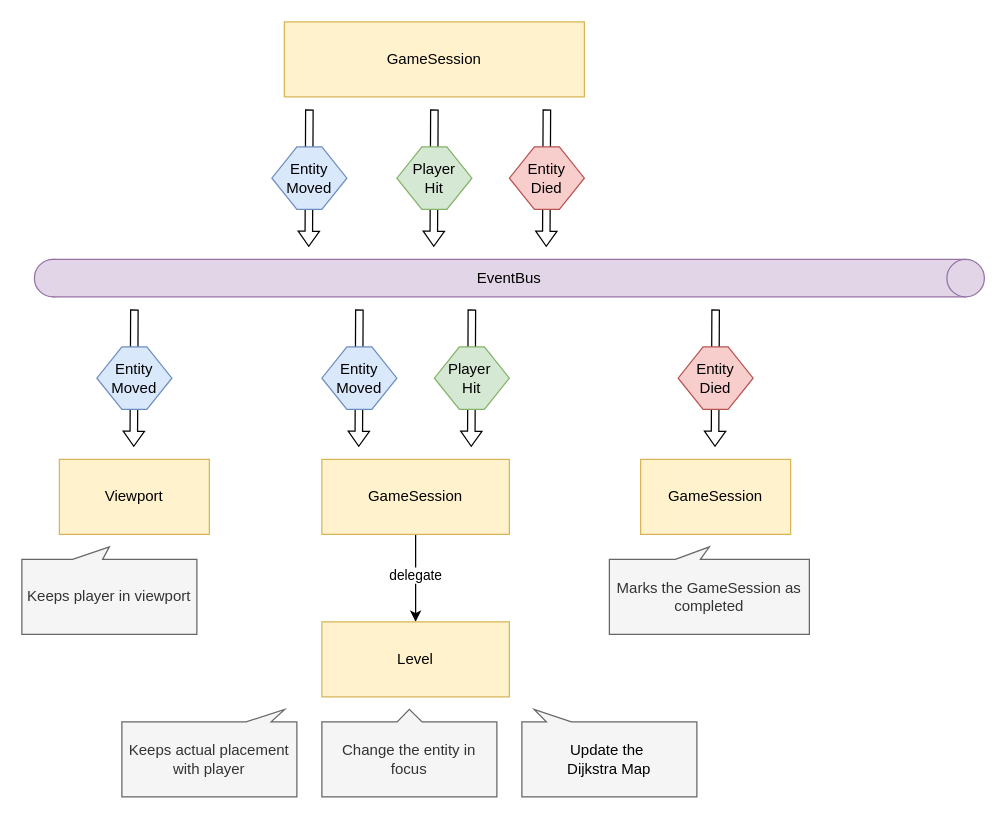
Before: page "Events" (4 of 9) of docs/schemas.drawio in vladimir-popov/forgotten_catacombs, a draw.io diagram. Source tidied: cells renumbered, new cells numbered last; positions are measured from the earlier drawing's top-left corner, leaving out a move shared by most shapes. Both pictures are drawn from the tidied source at 125%, with x=0, y=0 at pixel (21, 21).
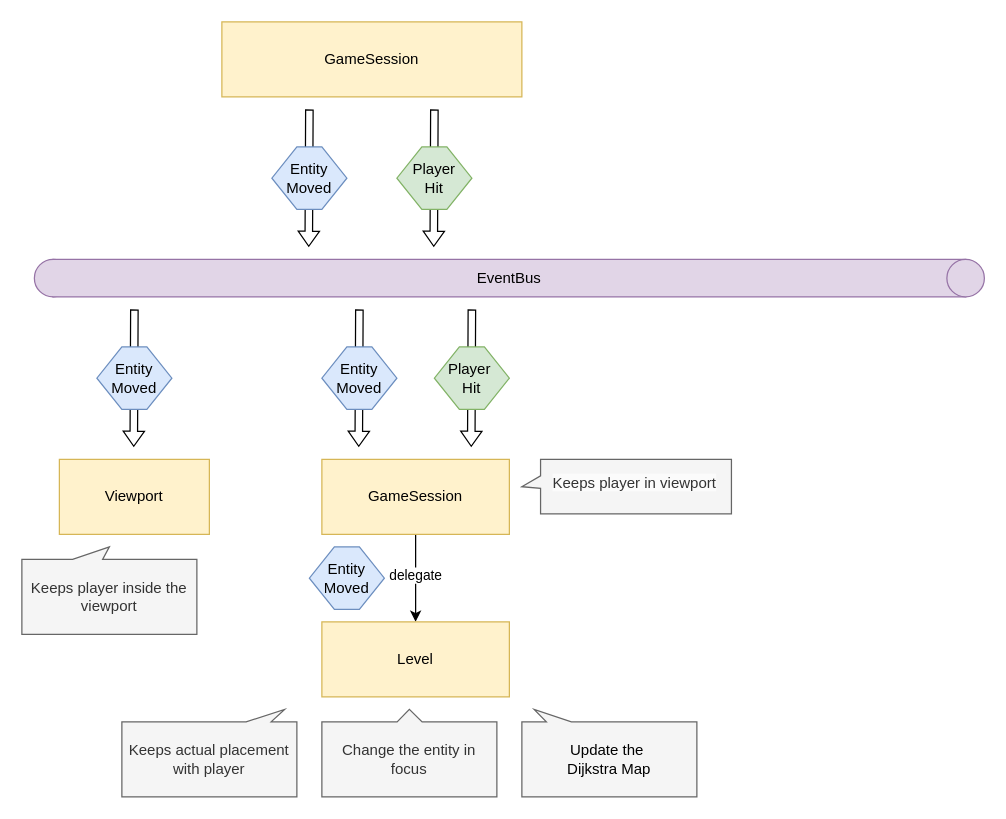
The same diagram, later.

Change to the diagram source:
```diff
@@
     <mxCell id="6" value="GameSession" style="rounded=0;whiteSpace=wrap;html=1;fillColor=#fff2cc;strokeColor=#d6b656;" parent="1" vertex="1">
-      <mxGeometry x="210" width="240" height="60" as="geometry" />
+      <mxGeometry x="160" width="240" height="60" as="geometry" />
     </mxCell>
@@
-    <mxCell id="8" value="GameSession" style="rounded=0;whiteSpace=wrap;html=1;fillColor=#fff2cc;strokeColor=#d6b656;" parent="1" vertex="1">
-      <mxGeometry x="495" y="350" width="120" height="60" as="geometry" />
-    </mxCell>
-    <mxCell id="9" style="shape=flexArrow;endArrow=classic;html=1;rounded=0;endWidth=10;endSize=3.665;width=6;" parent="1" edge="1">
-      <mxGeometry relative="1" as="geometry">
-        <mxPoint x="555" y="230" as="sourcePoint" />
-        <mxPoint x="554.5" y="340" as="targetPoint" />
-      </mxGeometry>
-    </mxCell>
-    <mxCell id="10" value="Entity Died" style="shape=hexagon;perimeter=hexagonPerimeter2;whiteSpace=wrap;html=1;fixedSize=1;fillColor=#f8cecc;strokeColor=#b85450;" parent="1" vertex="1">
-      <mxGeometry x="525" y="260" width="60" height="50" as="geometry" />
-    </mxCell>
@@
-    <mxCell id="15" value="Keeps player in viewport" style="shape=callout;whiteSpace=wrap;html=1;perimeter=calloutPerimeter;flipV=1;size=10;position=0.29;fillColor=#f5f5f5;fontColor=#333333;strokeColor=#666666;base=24;" parent="1" vertex="1">
+    <mxCell id="15" value="Keeps player inside the viewport" style="shape=callout;whiteSpace=wrap;html=1;perimeter=calloutPerimeter;flipV=1;size=10;position=0.29;fillColor=#f5f5f5;fontColor=#333333;strokeColor=#666666;base=24;" parent="1" vertex="1">
       <mxGeometry y="420" width="140" height="70" as="geometry" />
     </mxCell>
@@
-    <mxCell id="17" value="Marks the GameSession as completed" style="shape=callout;whiteSpace=wrap;html=1;perimeter=calloutPerimeter;flipV=1;size=10;position=0.33;fillColor=#f5f5f5;fontColor=#333333;strokeColor=#666666;" parent="1" vertex="1">
-      <mxGeometry x="470" y="420" width="160" height="70" as="geometry" />
-    </mxCell>
@@
-    <mxCell id="21" style="group;" parent="1" vertex="1">
-      <mxGeometry x="390" y="70" width="60" height="110" as="geometry" />
-    </mxCell>
-    <mxCell id="22" style="shape=flexArrow;endArrow=classic;html=1;rounded=0;endWidth=10;endSize=3.665;width=6;" parent="21" edge="1">
-      <mxGeometry relative="1" as="geometry">
-        <mxPoint x="30" as="sourcePoint" />
-        <mxPoint x="29.5" y="110" as="targetPoint" />
-      </mxGeometry>
-    </mxCell>
-    <mxCell id="23" value="Entity Died" style="shape=hexagon;perimeter=hexagonPerimeter2;whiteSpace=wrap;html=1;fixedSize=1;fillColor=#f8cecc;strokeColor=#b85450;" parent="21" vertex="1">
-      <mxGeometry y="30" width="60" height="50" as="geometry" />
-    </mxCell>
@@
+    <mxCell id="35" value="Entity Moved" style="shape=hexagon;perimeter=hexagonPerimeter2;whiteSpace=wrap;html=1;fixedSize=1;fillColor=#dae8fc;strokeColor=#6c8ebf;" parent="1" vertex="1">
+      <mxGeometry x="230" y="420" width="60" height="50" as="geometry" />
+    </mxCell>
+    <mxCell id="36" style="group;" parent="1" vertex="1">
+      <mxGeometry x="400" y="350" width="182.7" height="45" as="geometry" />
+    </mxCell>
+    <mxCell id="37" style="shape=callout;whiteSpace=wrap;html=1;perimeter=calloutPerimeter;flipV=1;size=15;position=0.47;fillColor=#f5f5f5;fontColor=#333333;strokeColor=#666666;base=10;rotation=-90;" parent="36" vertex="1">
+      <mxGeometry x="62" y="-62" width="43.6" height="167.7" as="geometry" />
+    </mxCell>
+    <mxCell id="38" value="&lt;span style=&quot;color: rgb(51, 51, 51); font-family: Helvetica; font-size: 12px; font-style: normal; font-variant-ligatures: normal; font-variant-caps: normal; font-weight: 400; letter-spacing: normal; orphans: 2; text-align: center; text-indent: 0px; text-transform: none; widows: 2; word-spacing: 0px; -webkit-text-stroke-width: 0px; white-space: normal; background-color: rgb(251, 251, 251); text-decoration-thickness: initial; text-decoration-style: initial; text-decoration-color: initial; display: inline !important; float: none;&quot;&gt;Keeps player in viewport&lt;/span&gt;" style="text;whiteSpace=wrap;html=1;" parent="36" vertex="1">
+      <mxGeometry x="22.7" y="5" width="160" height="40" as="geometry" />
+    </mxCell>
```
